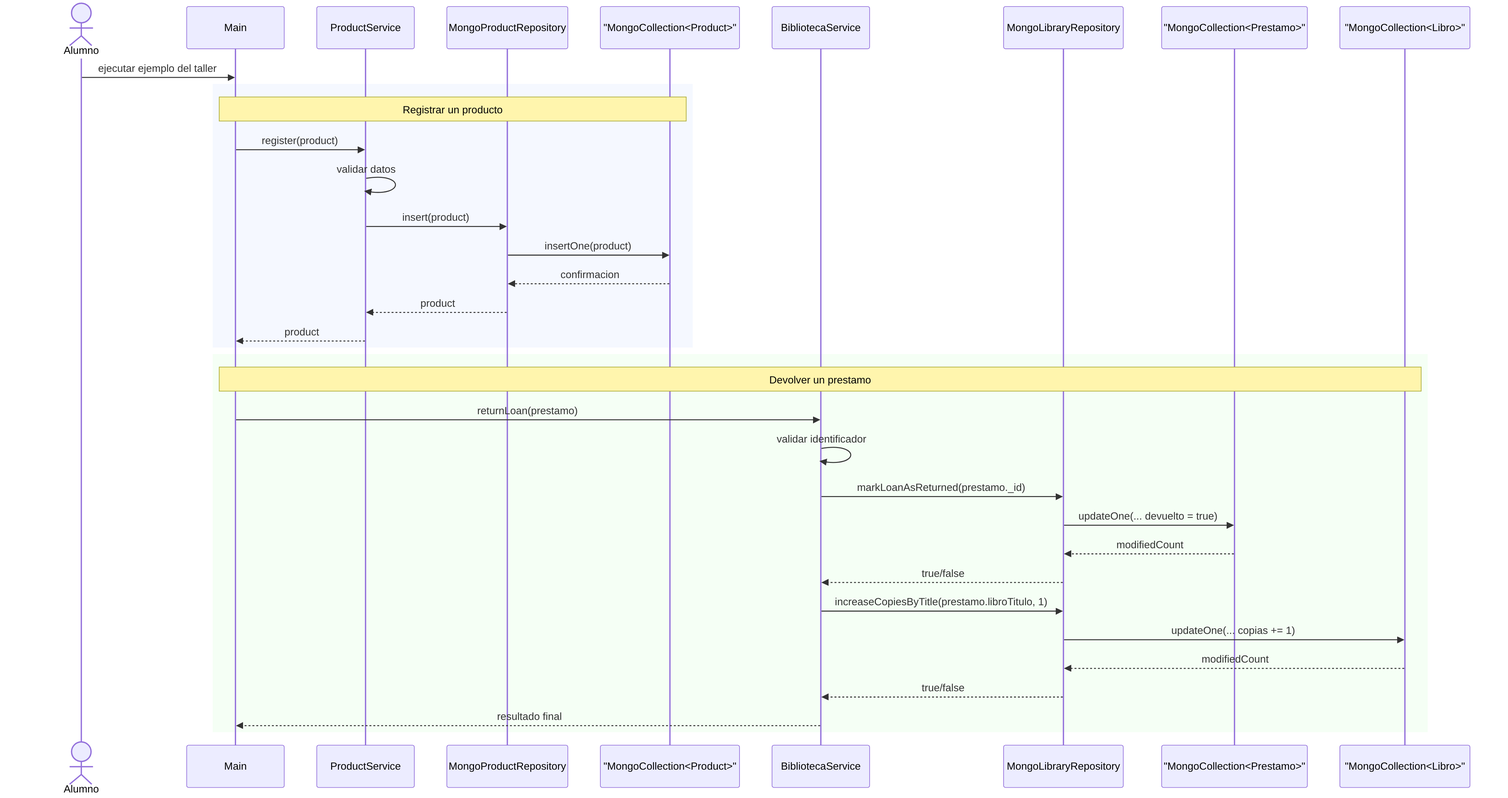
The Mermaid diagram doc/assets/taller_mongodb/diagrama-secuencia.png in revilofe/2526_PRO_U8_TallerMongo, before a commit. Its source is kept beside it as doc/assets/taller_mongodb/diagrama-secuencia.mmd.
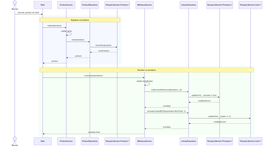
The same diagram one commit later.

Change to the diagram source:
```diff
@@ -2,10 +2,10 @@
     actor Alumno
     participant Main
     participant ProductService
-    participant MongoProductRepository
+    participant ProductRepository
     participant Productos as "MongoCollection<Product>"
     participant BibliotecaService
-    participant MongoLibraryRepository
+    participant LibraryRepository
     participant Prestamos as "MongoCollection<Prestamo>"
     participant Libros as "MongoCollection<Libro>"
 
@@ -15,10 +15,10 @@
         Note over Main,Productos: Registrar un producto
         Main->>ProductService: register(product)
         ProductService->>ProductService: validar datos
-        ProductService->>MongoProductRepository: insert(product)
-        MongoProductRepository->>Productos: insertOne(product)
-        Productos-->>MongoProductRepository: confirmacion
-        MongoProductRepository-->>ProductService: product
+        ProductService->>ProductRepository: insert(product)
+        ProductRepository->>Productos: insertOne(product)
+        Productos-->>ProductRepository: confirmacion
+        ProductRepository-->>ProductService: product
         ProductService-->>Main: product
     end
 
@@ -26,13 +26,13 @@
         Note over Main,Libros: Devolver un prestamo
         Main->>BibliotecaService: returnLoan(prestamo)
         BibliotecaService->>BibliotecaService: validar identificador
-        BibliotecaService->>MongoLibraryRepository: markLoanAsReturned(prestamo._id)
-        MongoLibraryRepository->>Prestamos: updateOne(... devuelto = true)
-        Prestamos-->>MongoLibraryRepository: modifiedCount
-        MongoLibraryRepository-->>BibliotecaService: true/false
-        BibliotecaService->>MongoLibraryRepository: increaseCopiesByTitle(prestamo.libroTitulo, 1)
-        MongoLibraryRepository->>Libros: updateOne(... copias += 1)
-        Libros-->>MongoLibraryRepository: modifiedCount
-        MongoLibraryRepository-->>BibliotecaService: true/false
+        BibliotecaService->>LibraryRepository: markLoanAsReturned(prestamo._id)
+        LibraryRepository->>Prestamos: updateOne(... devuelto = true)
+        Prestamos-->>LibraryRepository: modifiedCount
+        LibraryRepository-->>BibliotecaService: true/false
+        BibliotecaService->>LibraryRepository: increaseCopiesByTitle(prestamo.libroTitulo, 1)
+        LibraryRepository->>Libros: updateOne(... copias += 1)
+        Libros-->>LibraryRepository: modifiedCount
+        LibraryRepository-->>BibliotecaService: true/false
         BibliotecaService-->>Main: resultado final
     end
```
